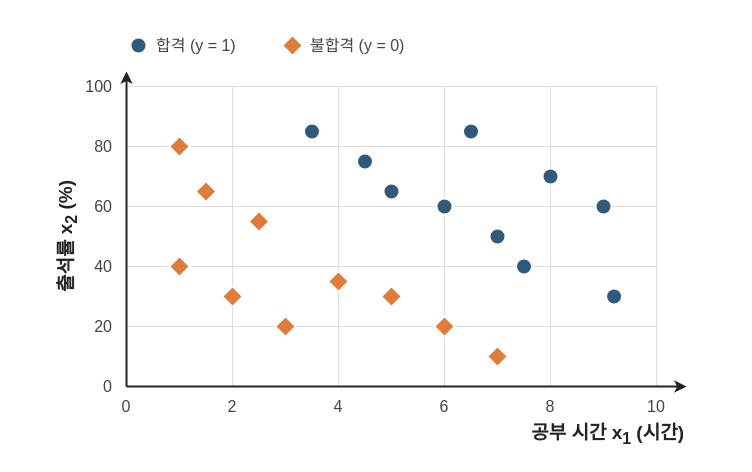
The draw.io diagram site/src/assets/diagrams/perceptron-data.drawio in jongbob1918/jongbob1918.github.io, before the edit. Source tidied: cells renumbered, new cells numbered last; positions are measured from the earlier drawing's top-left corner, leaving out a move shared by most shapes. Both pictures are drawn from the tidied source at 100%, with x=0, y=0 at pixel (-22, 17).
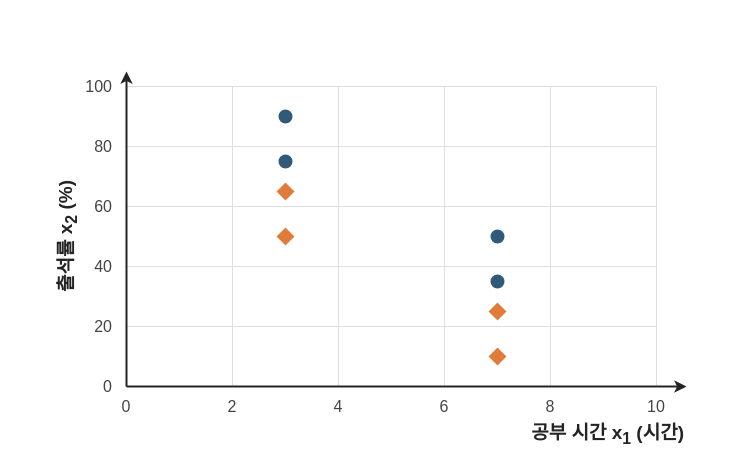
After the change.

Commit message (it also covers changes not shown here):
docs: simplify classification data and compare linear boundaries

Diff of the diagram source:
```diff
@@
     <mxCell id="27" style="rhombus;html=1;fillColor=#e07b39;strokeColor=#ffffff;strokeWidth=1.5;" parent="1" vertex="1">
-      <mxGeometry x="191" y="239" width="20" height="20" as="geometry" />
+      <mxGeometry x="297" y="164" width="20" height="20" as="geometry" />
     </mxCell>
     <mxCell id="28" style="rhombus;html=1;fillColor=#e07b39;strokeColor=#ffffff;strokeWidth=1.5;" parent="1" vertex="1">
-      <mxGeometry x="191" y="119" width="20" height="20" as="geometry" />
+      <mxGeometry x="297" y="209" width="20" height="20" as="geometry" />
     </mxCell>
     <mxCell id="29" style="rhombus;html=1;fillColor=#e07b39;strokeColor=#ffffff;strokeWidth=1.5;" parent="1" vertex="1">
-      <mxGeometry x="217.5" y="164" width="20" height="20" as="geometry" />
+      <mxGeometry x="509" y="284" width="20" height="20" as="geometry" />
     </mxCell>
     <mxCell id="30" style="rhombus;html=1;fillColor=#e07b39;strokeColor=#ffffff;strokeWidth=1.5;" parent="1" vertex="1">
-      <mxGeometry x="244" y="269" width="20" height="20" as="geometry" />
+      <mxGeometry x="509" y="329" width="20" height="20" as="geometry" />
     </mxCell>
-    <mxCell id="31" style="rhombus;html=1;fillColor=#e07b39;strokeColor=#ffffff;strokeWidth=1.5;" parent="1" vertex="1">
-      <mxGeometry x="270.5" y="194" width="20" height="20" as="geometry" />
+    <mxCell id="31" style="ellipse;html=1;fillColor=#315a7a;strokeColor=#ffffff;strokeWidth=2;" parent="1" vertex="1">
+      <mxGeometry x="299" y="136" width="16" height="16" as="geometry" />
     </mxCell>
-    <mxCell id="32" style="rhombus;html=1;fillColor=#e07b39;strokeColor=#ffffff;strokeWidth=1.5;" parent="1" vertex="1">
-      <mxGeometry x="297" y="299" width="20" height="20" as="geometry" />
+    <mxCell id="32" style="ellipse;html=1;fillColor=#315a7a;strokeColor=#ffffff;strokeWidth=2;" parent="1" vertex="1">
+      <mxGeometry x="299" y="91" width="16" height="16" as="geometry" />
     </mxCell>
-    <mxCell id="33" style="rhombus;html=1;fillColor=#e07b39;strokeColor=#ffffff;strokeWidth=1.5;" parent="1" vertex="1">
-      <mxGeometry x="350" y="254" width="20" height="20" as="geometry" />
+    <mxCell id="33" style="ellipse;html=1;fillColor=#315a7a;strokeColor=#ffffff;strokeWidth=2;" parent="1" vertex="1">
+      <mxGeometry x="511" y="256" width="16" height="16" as="geometry" />
     </mxCell>
-    <mxCell id="34" style="rhombus;html=1;fillColor=#e07b39;strokeColor=#ffffff;strokeWidth=1.5;" parent="1" vertex="1">
-      <mxGeometry x="403" y="269" width="20" height="20" as="geometry" />
+    <mxCell id="34" style="ellipse;html=1;fillColor=#315a7a;strokeColor=#ffffff;strokeWidth=2;" parent="1" vertex="1">
+      <mxGeometry x="511" y="211" width="16" height="16" as="geometry" />
     </mxCell>
-    <mxCell id="35" style="rhombus;html=1;fillColor=#e07b39;strokeColor=#ffffff;strokeWidth=1.5;" parent="1" vertex="1">
-      <mxGeometry x="456" y="299" width="20" height="20" as="geometry" />
+    <mxCell id="35" style="strokeColor=#242424;strokeWidth=2;rounded=0;endArrow=classic;endFill=1;" parent="1" edge="1">
+      <mxGeometry relative="1" as="geometry">
+        <mxPoint x="148" y="369" as="sourcePoint" />
+        <mxPoint x="708" y="369" as="targetPoint" />
+      </mxGeometry>
     </mxCell>
-    <mxCell id="36" style="rhombus;html=1;fillColor=#e07b39;strokeColor=#ffffff;strokeWidth=1.5;" parent="1" vertex="1">
-      <mxGeometry x="509" y="329" width="20" height="20" as="geometry" />
+    <mxCell id="36" style="strokeColor=#242424;strokeWidth=2;rounded=0;endArrow=classic;endFill=1;" parent="1" edge="1">
+      <mxGeometry relative="1" as="geometry">
+        <mxPoint x="148" y="369" as="sourcePoint" />
+        <mxPoint x="148" y="54" as="targetPoint" />
+      </mxGeometry>
     </mxCell>
-    <mxCell id="37" style="ellipse;html=1;fillColor=#315a7a;strokeColor=#ffffff;strokeWidth=2;" parent="1" vertex="1">
-      <mxGeometry x="325.5" y="106" width="16" height="16" as="geometry" />
+    <mxCell id="37" value="공부 시간 x&lt;sub&gt;1&lt;/sub&gt; (시간)" style="text;html=1;whiteSpace=wrap;strokeColor=none;fillColor=none;align=right;verticalAlign=middle;fontSize=19;fontColor=#242424;fontStyle=1;" parent="1" vertex="1">
+      <mxGeometry x="408" y="403" width="300" height="30" as="geometry" />
     </mxCell>
-    <mxCell id="38" style="ellipse;html=1;fillColor=#315a7a;strokeColor=#ffffff;strokeWidth=2;" parent="1" vertex="1">
-      <mxGeometry x="378.5" y="136" width="16" height="16" as="geometry" />
+    <mxCell id="38" value="출석률 x&lt;sub&gt;2&lt;/sub&gt; (%)" style="text;html=1;whiteSpace=wrap;strokeColor=none;fillColor=none;align=center;verticalAlign=middle;fontSize=19;fontColor=#242424;fontStyle=1;rotation=-90;" parent="1" vertex="1">
+      <mxGeometry y="204" width="180" height="30" as="geometry" />
     </mxCell>
-    <mxCell id="39" style="ellipse;html=1;fillColor=#315a7a;strokeColor=#ffffff;strokeWidth=2;" parent="1" vertex="1">
-      <mxGeometry x="405" y="166" width="16" height="16" as="geometry" />
-    </mxCell>
-    <mxCell id="40" style="ellipse;html=1;fillColor=#315a7a;strokeColor=#ffffff;strokeWidth=2;" parent="1" vertex="1">
-      <mxGeometry x="458" y="181" width="16" height="16" as="geometry" />
-    </mxCell>
-    <mxCell id="41" style="ellipse;html=1;fillColor=#315a7a;strokeColor=#ffffff;strokeWidth=2;" parent="1" vertex="1">
-      <mxGeometry x="484.5" y="106" width="16" height="16" as="geometry" />
-    </mxCell>
-    <mxCell id="42" style="ellipse;html=1;fillColor=#315a7a;strokeColor=#ffffff;strokeWidth=2;" parent="1" vertex="1">
-      <mxGeometry x="511" y="211" width="16" height="16" as="geometry" />
-    </mxCell>
-    <mxCell id="43" style="ellipse;html=1;fillColor=#315a7a;strokeColor=#ffffff;strokeWidth=2;" parent="1" vertex="1">
-      <mxGeometry x="537.5" y="241" width="16" height="16" as="geometry" />
-    </mxCell>
-    <mxCell id="44" style="ellipse;html=1;fillColor=#315a7a;strokeColor=#ffffff;strokeWidth=2;" parent="1" vertex="1">
-      <mxGeometry x="564" y="151" width="16" height="16" as="geometry" />
-    </mxCell>
-    <mxCell id="45" style="ellipse;html=1;fillColor=#315a7a;strokeColor=#ffffff;strokeWidth=2;" parent="1" vertex="1">
-      <mxGeometry x="617" y="181" width="16" height="16" as="geometry" />
-    </mxCell>
-    <mxCell id="46" style="ellipse;html=1;fillColor=#315a7a;strokeColor=#ffffff;strokeWidth=2;" parent="1" vertex="1">
-      <mxGeometry x="627.6" y="271" width="16" height="16" as="geometry" />
-    </mxCell>
-    <mxCell id="47" style="strokeColor=#242424;strokeWidth=2;rounded=0;endArrow=classic;endFill=1;" parent="1" edge="1">
-      <mxGeometry relative="1" as="geometry">
-        <mxPoint x="148" y="369" as="sourcePoint" />
-        <mxPoint x="708" y="369" as="targetPoint" />
-      </mxGeometry>
-    </mxCell>
-    <mxCell id="48" style="strokeColor=#242424;strokeWidth=2;rounded=0;endArrow=classic;endFill=1;" parent="1" edge="1">
-      <mxGeometry relative="1" as="geometry">
-        <mxPoint x="148" y="369" as="sourcePoint" />
-        <mxPoint x="148" y="54" as="targetPoint" />
-      </mxGeometry>
-    </mxCell>
-    <mxCell id="49" value="공부 시간 x&lt;sub&gt;1&lt;/sub&gt; (시간)" style="text;html=1;whiteSpace=wrap;strokeColor=none;fillColor=none;align=right;verticalAlign=middle;fontSize=19;fontColor=#242424;fontStyle=1;" parent="1" vertex="1">
-      <mxGeometry x="408" y="403" width="300" height="30" as="geometry" />
-    </mxCell>
-    <mxCell id="50" value="출석률 x&lt;sub&gt;2&lt;/sub&gt; (%)" style="text;html=1;whiteSpace=wrap;strokeColor=none;fillColor=none;align=center;verticalAlign=middle;fontSize=19;fontColor=#242424;fontStyle=1;rotation=-90;" parent="1" vertex="1">
-      <mxGeometry y="204" width="180" height="30" as="geometry" />
-    </mxCell>
-    <mxCell id="51" style="ellipse;html=1;fillColor=#315a7a;strokeColor=#ffffff;strokeWidth=2;" parent="1" vertex="1">
-      <mxGeometry x="152" y="20" width="16" height="16" as="geometry" />
-    </mxCell>
-    <mxCell id="52" value="합격 (y = 1)" style="text;html=1;whiteSpace=wrap;strokeColor=none;fillColor=none;align=left;verticalAlign=middle;fontSize=16;fontColor=#444444;fontStyle=0;" parent="1" vertex="1">
-      <mxGeometry x="176" y="13" width="110" height="30" as="geometry" />
-    </mxCell>
-    <mxCell id="53" style="rhombus;html=1;fillColor=#e07b39;strokeColor=#ffffff;strokeWidth=1.5;" parent="1" vertex="1">
-      <mxGeometry x="304" y="18" width="20" height="20" as="geometry" />
-    </mxCell>
-    <mxCell id="54" value="불합격 (y = 0)" style="text;html=1;whiteSpace=wrap;strokeColor=none;fillColor=none;align=left;verticalAlign=middle;fontSize=16;fontColor=#444444;fontStyle=0;" parent="1" vertex="1">
-      <mxGeometry x="330" y="13" width="120" height="30" as="geometry" />
-    </mxCell>
```
